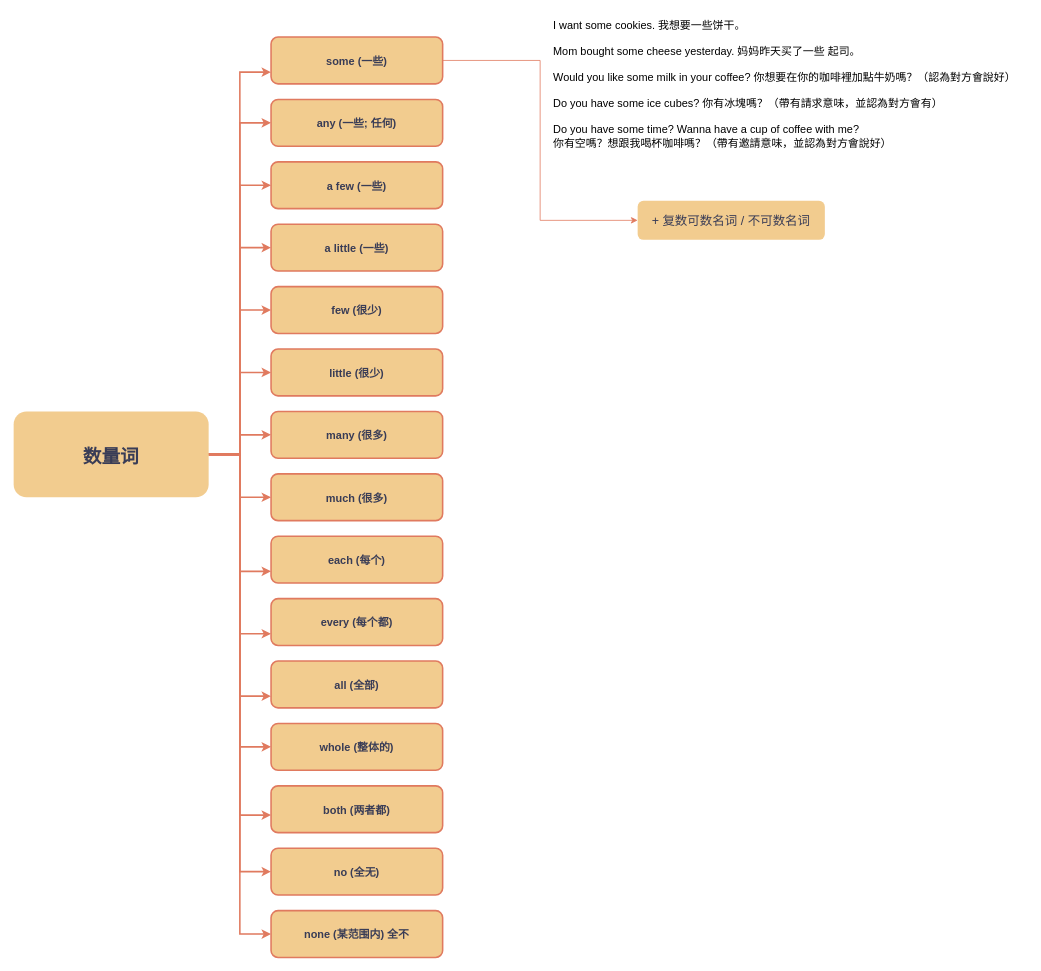
Above: 英语语法/数量词.drawio in W1033/English-Notes (draw.io), before the change. Source tidied: cells renumbered, new cells numbered last; positions are measured from the earlier drawing's top-left corner, leaving out a move shared by most shapes. Both pictures are drawn from the tidied source at 78%, with x=0, y=0 at pixel (13, 13).
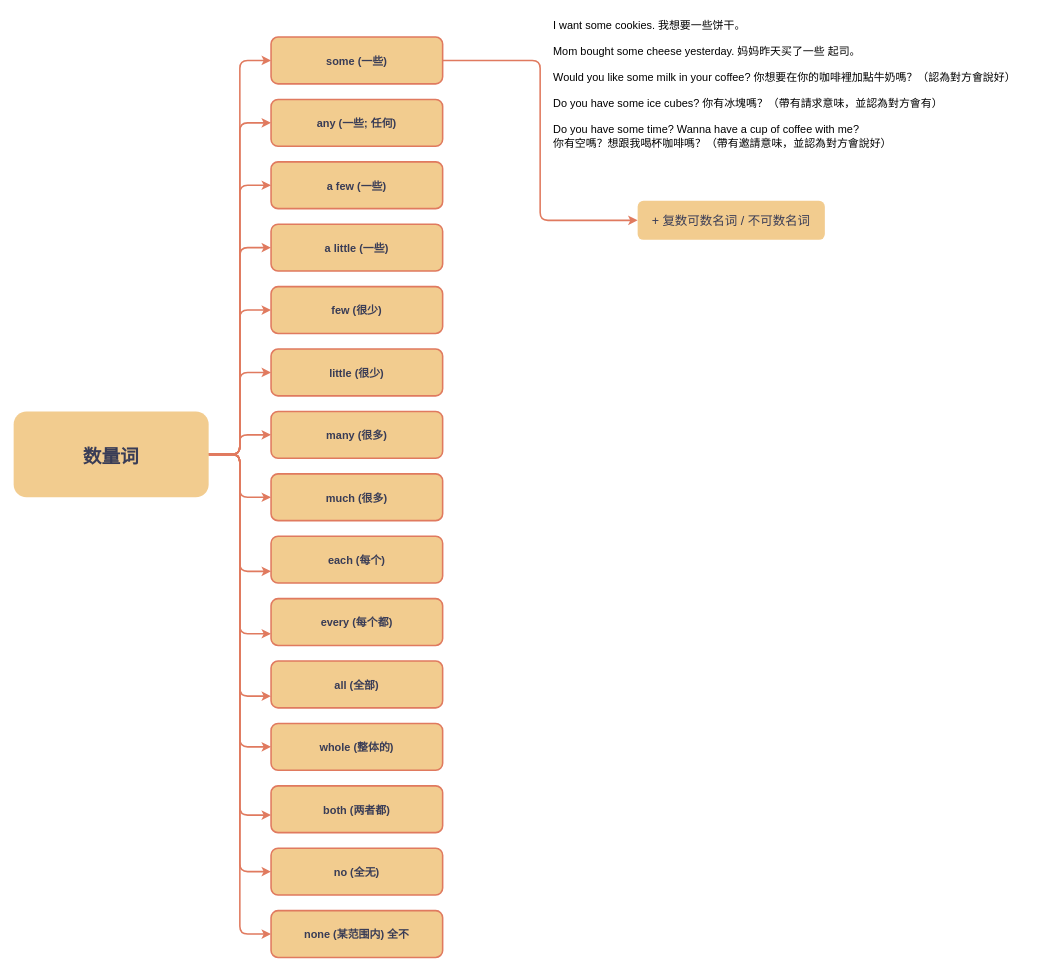
The same page after the edit.

Unchanged cells that the change refers to:
```xml
<mxCell id="17" value="数量词" style="fillColor=#F2CC8F;strokeColor=none;shadow=0;fontStyle=1;fontColor=#393C56;fontSize=24;rounded=1;strokeWidth=2;sketch=0;" parent="1" vertex="1">
  <mxGeometry y="510" width="250" height="110" as="geometry" />
</mxCell>
<mxCell id="19" value="some (一些)" style="fillColor=#F2CC8F;strokeColor=#E07A5F;shadow=0;fontStyle=1;fontColor=#393C56;fontSize=14;rounded=1;strokeWidth=2;sketch=0;" parent="1" vertex="1">
  <mxGeometry x="330" y="30" width="220" height="60" as="geometry" />
</mxCell>
<mxCell id="20" value="a little (一些)" style="fillColor=#F2CC8F;strokeColor=#E07A5F;shadow=0;fontStyle=1;fontColor=#393C56;fontSize=14;rounded=1;strokeWidth=2;sketch=0;" parent="1" vertex="1">
  <mxGeometry x="330" y="270" width="220" height="60" as="geometry" />
</mxCell>
<mxCell id="21" value="any (一些; 任何)" style="fillColor=#F2CC8F;strokeColor=#E07A5F;shadow=0;fontStyle=1;fontColor=#393C56;fontSize=14;rounded=1;strokeWidth=2;sketch=0;" parent="1" vertex="1">
  <mxGeometry x="330" y="110" width="220" height="60" as="geometry" />
</mxCell>
<mxCell id="22" value="a few (一些)" style="fillColor=#F2CC8F;strokeColor=#E07A5F;shadow=0;fontStyle=1;fontColor=#393C56;fontSize=14;rounded=1;strokeWidth=2;sketch=0;" parent="1" vertex="1">
  <mxGeometry x="330" y="190" width="220" height="60" as="geometry" />
</mxCell>
<mxCell id="23" value="few (很少)" style="fillColor=#F2CC8F;strokeColor=#E07A5F;shadow=0;fontStyle=1;fontColor=#393C56;fontSize=14;rounded=1;strokeWidth=2;sketch=0;" parent="1" vertex="1">
  <mxGeometry x="330" y="350" width="220" height="60" as="geometry" />
</mxCell>
<mxCell id="24" value="little (很少)" style="fillColor=#F2CC8F;strokeColor=#E07A5F;shadow=0;fontStyle=1;fontColor=#393C56;fontSize=14;rounded=1;strokeWidth=2;sketch=0;" parent="1" vertex="1">
  <mxGeometry x="330" y="430" width="220" height="60" as="geometry" />
</mxCell>
<mxCell id="25" value="many (很多)" style="fillColor=#F2CC8F;strokeColor=#E07A5F;shadow=0;fontStyle=1;fontColor=#393C56;fontSize=14;rounded=1;strokeWidth=2;sketch=0;" parent="1" vertex="1">
  <mxGeometry x="330" y="510" width="220" height="60" as="geometry" />
</mxCell>
<mxCell id="26" value="much (很多)" style="fillColor=#F2CC8F;strokeColor=#E07A5F;shadow=0;fontStyle=1;fontColor=#393C56;fontSize=14;rounded=1;strokeWidth=2;sketch=0;" parent="1" vertex="1">
  <mxGeometry x="330" y="590" width="220" height="60" as="geometry" />
</mxCell>
<mxCell id="27" value="each (每个)" style="fillColor=#F2CC8F;strokeColor=#E07A5F;shadow=0;fontStyle=1;fontColor=#393C56;fontSize=14;rounded=1;strokeWidth=2;sketch=0;" parent="1" vertex="1">
  <mxGeometry x="330" y="670" width="220" height="60" as="geometry" />
</mxCell>
<mxCell id="28" value="every (每个都)" style="fillColor=#F2CC8F;strokeColor=#E07A5F;shadow=0;fontStyle=1;fontColor=#393C56;fontSize=14;rounded=1;strokeWidth=2;sketch=0;" parent="1" vertex="1">
  <mxGeometry x="330" y="750" width="220" height="60" as="geometry" />
</mxCell>
<mxCell id="29" value="all (全部)" style="fillColor=#F2CC8F;strokeColor=#E07A5F;shadow=0;fontStyle=1;fontColor=#393C56;fontSize=14;rounded=1;strokeWidth=2;sketch=0;" parent="1" vertex="1">
  <mxGeometry x="330" y="830" width="220" height="60" as="geometry" />
</mxCell>
<mxCell id="30" value="whole (整体的)" style="fillColor=#F2CC8F;strokeColor=#E07A5F;shadow=0;fontStyle=1;fontColor=#393C56;fontSize=14;rounded=1;strokeWidth=2;sketch=0;" parent="1" vertex="1">
  <mxGeometry x="330" y="910" width="220" height="60" as="geometry" />
</mxCell>
<mxCell id="31" value="both (两者都)" style="fillColor=#F2CC8F;strokeColor=#E07A5F;shadow=0;fontStyle=1;fontColor=#393C56;fontSize=14;rounded=1;strokeWidth=2;sketch=0;" parent="1" vertex="1">
  <mxGeometry x="330" y="990" width="220" height="60" as="geometry" />
</mxCell>
<mxCell id="32" value="no (全无)" style="fillColor=#F2CC8F;strokeColor=#E07A5F;shadow=0;fontStyle=1;fontColor=#393C56;fontSize=14;rounded=1;strokeWidth=2;sketch=0;" parent="1" vertex="1">
  <mxGeometry x="330" y="1070" width="220" height="60" as="geometry" />
</mxCell>
<mxCell id="33" value="none (某范围内) 全不" style="fillColor=#F2CC8F;strokeColor=#E07A5F;shadow=0;fontStyle=1;fontColor=#393C56;fontSize=14;rounded=1;strokeWidth=2;sketch=0;" parent="1" vertex="1">
  <mxGeometry x="330" y="1150" width="220" height="60" as="geometry" />
</mxCell>
```

The edit, as a diff of the source:
```diff
@@
-    <mxCell id="2" style="edgeStyle=orthogonalEdgeStyle;curved=0;rounded=0;sketch=0;jettySize=auto;html=1;entryX=0;entryY=0.75;entryDx=0;entryDy=0;strokeColor=#E07A5F;fillColor=#F2CC8F;fontColor=#393C56;strokeWidth=2;shadow=0;labelBackgroundColor=#F4F1DE;" parent="1" edge="1" source="17" target="19">
+    <mxCell id="2" style="edgeStyle=orthogonalEdgeStyle;rounded=1;sketch=0;jettySize=auto;html=1;entryX=0;entryY=0.5;entryDx=0;entryDy=0;strokeColor=#E07A5F;fillColor=#F2CC8F;fontColor=#393C56;strokeWidth=2;shadow=0;labelBackgroundColor=#F4F1DE;" parent="1" edge="1" source="17" target="19">
       <mxGeometry relative="1" as="geometry" />
     </mxCell>
-    <mxCell id="3" style="edgeStyle=orthogonalEdgeStyle;curved=0;rounded=0;sketch=0;jettySize=auto;html=1;entryX=0;entryY=0.5;entryDx=0;entryDy=0;strokeColor=#E07A5F;fillColor=#F2CC8F;fontColor=#393C56;strokeWidth=2;shadow=0;labelBackgroundColor=#F4F1DE;" parent="1" edge="1" source="17" target="21">
+    <mxCell id="3" style="edgeStyle=orthogonalEdgeStyle;rounded=1;sketch=0;jettySize=auto;html=1;entryX=0;entryY=0.5;entryDx=0;entryDy=0;strokeColor=#E07A5F;fillColor=#F2CC8F;fontColor=#393C56;strokeWidth=2;shadow=0;labelBackgroundColor=#F4F1DE;" parent="1" edge="1" source="17" target="21">
       <mxGeometry relative="1" as="geometry" />
     </mxCell>
-    <mxCell id="4" style="edgeStyle=orthogonalEdgeStyle;curved=0;rounded=0;sketch=0;jettySize=auto;html=1;entryX=0;entryY=0.5;entryDx=0;entryDy=0;strokeColor=#E07A5F;fillColor=#F2CC8F;fontColor=#393C56;strokeWidth=2;shadow=0;labelBackgroundColor=#F4F1DE;" parent="1" edge="1" source="17" target="22">
+    <mxCell id="4" style="edgeStyle=orthogonalEdgeStyle;rounded=1;sketch=0;jettySize=auto;html=1;entryX=0;entryY=0.5;entryDx=0;entryDy=0;strokeColor=#E07A5F;fillColor=#F2CC8F;fontColor=#393C56;strokeWidth=2;shadow=0;labelBackgroundColor=#F4F1DE;" parent="1" edge="1" source="17" target="22">
       <mxGeometry relative="1" as="geometry" />
     </mxCell>
-    <mxCell id="5" style="edgeStyle=orthogonalEdgeStyle;curved=0;rounded=0;sketch=0;jettySize=auto;html=1;entryX=0;entryY=0.5;entryDx=0;entryDy=0;strokeColor=#E07A5F;fillColor=#F2CC8F;fontColor=#393C56;strokeWidth=2;shadow=0;labelBackgroundColor=#F4F1DE;" parent="1" edge="1" source="17" target="23">
+    <mxCell id="5" style="edgeStyle=orthogonalEdgeStyle;rounded=1;sketch=0;jettySize=auto;html=1;entryX=0;entryY=0.5;entryDx=0;entryDy=0;strokeColor=#E07A5F;fillColor=#F2CC8F;fontColor=#393C56;strokeWidth=2;shadow=0;labelBackgroundColor=#F4F1DE;" parent="1" edge="1" source="17" target="23">
       <mxGeometry relative="1" as="geometry" />
     </mxCell>
-    <mxCell id="6" style="edgeStyle=orthogonalEdgeStyle;curved=0;rounded=0;sketch=0;jettySize=auto;html=1;entryX=0;entryY=0.5;entryDx=0;entryDy=0;strokeColor=#E07A5F;fillColor=#F2CC8F;fontColor=#393C56;strokeWidth=2;shadow=0;labelBackgroundColor=#F4F1DE;" parent="1" edge="1" source="17" target="20">
+    <mxCell id="6" style="edgeStyle=orthogonalEdgeStyle;rounded=1;sketch=0;jettySize=auto;html=1;entryX=0;entryY=0.5;entryDx=0;entryDy=0;strokeColor=#E07A5F;fillColor=#F2CC8F;fontColor=#393C56;strokeWidth=2;shadow=0;labelBackgroundColor=#F4F1DE;" parent="1" edge="1" source="17" target="20">
       <mxGeometry relative="1" as="geometry" />
     </mxCell>
-    <mxCell id="7" style="edgeStyle=orthogonalEdgeStyle;curved=0;rounded=0;sketch=0;jettySize=auto;html=1;entryX=0;entryY=0.5;entryDx=0;entryDy=0;strokeColor=#E07A5F;fillColor=#F2CC8F;fontColor=#393C56;strokeWidth=2;shadow=0;labelBackgroundColor=#F4F1DE;" parent="1" edge="1" source="17" target="25">
+    <mxCell id="7" style="edgeStyle=orthogonalEdgeStyle;rounded=1;sketch=0;jettySize=auto;html=1;entryX=0;entryY=0.5;entryDx=0;entryDy=0;strokeColor=#E07A5F;fillColor=#F2CC8F;fontColor=#393C56;strokeWidth=2;shadow=0;labelBackgroundColor=#F4F1DE;" parent="1" edge="1" source="17" target="25">
       <mxGeometry relative="1" as="geometry" />
     </mxCell>
-    <mxCell id="8" style="edgeStyle=orthogonalEdgeStyle;curved=0;rounded=0;sketch=0;jettySize=auto;html=1;entryX=0;entryY=0.5;entryDx=0;entryDy=0;strokeColor=#E07A5F;fillColor=#F2CC8F;fontColor=#393C56;strokeWidth=2;shadow=0;labelBackgroundColor=#F4F1DE;" parent="1" edge="1" source="17" target="26">
+    <mxCell id="8" style="edgeStyle=orthogonalEdgeStyle;rounded=1;sketch=0;jettySize=auto;html=1;entryX=0;entryY=0.5;entryDx=0;entryDy=0;strokeColor=#E07A5F;fillColor=#F2CC8F;fontColor=#393C56;strokeWidth=2;shadow=0;labelBackgroundColor=#F4F1DE;" parent="1" edge="1" source="17" target="26">
       <mxGeometry relative="1" as="geometry" />
     </mxCell>
-    <mxCell id="9" style="edgeStyle=orthogonalEdgeStyle;curved=0;rounded=0;sketch=0;jettySize=auto;html=1;entryX=0;entryY=0.75;entryDx=0;entryDy=0;strokeColor=#E07A5F;fillColor=#F2CC8F;fontColor=#393C56;strokeWidth=2;shadow=0;labelBackgroundColor=#F4F1DE;" parent="1" edge="1" source="17" target="27">
+    <mxCell id="9" style="edgeStyle=orthogonalEdgeStyle;rounded=1;sketch=0;jettySize=auto;html=1;entryX=0;entryY=0.75;entryDx=0;entryDy=0;strokeColor=#E07A5F;fillColor=#F2CC8F;fontColor=#393C56;strokeWidth=2;shadow=0;labelBackgroundColor=#F4F1DE;" parent="1" edge="1" source="17" target="27">
       <mxGeometry relative="1" as="geometry" />
     </mxCell>
-    <mxCell id="10" style="edgeStyle=orthogonalEdgeStyle;curved=0;rounded=0;sketch=0;jettySize=auto;html=1;entryX=0;entryY=0.75;entryDx=0;entryDy=0;strokeColor=#E07A5F;fillColor=#F2CC8F;fontColor=#393C56;strokeWidth=2;shadow=0;labelBackgroundColor=#F4F1DE;" parent="1" edge="1" source="17" target="28">
+    <mxCell id="10" style="edgeStyle=orthogonalEdgeStyle;rounded=1;sketch=0;jettySize=auto;html=1;entryX=0;entryY=0.75;entryDx=0;entryDy=0;strokeColor=#E07A5F;fillColor=#F2CC8F;fontColor=#393C56;strokeWidth=2;shadow=0;labelBackgroundColor=#F4F1DE;" parent="1" edge="1" source="17" target="28">
       <mxGeometry relative="1" as="geometry" />
     </mxCell>
-    <mxCell id="11" style="edgeStyle=orthogonalEdgeStyle;curved=0;rounded=0;sketch=0;jettySize=auto;html=1;entryX=0;entryY=0.75;entryDx=0;entryDy=0;strokeColor=#E07A5F;fillColor=#F2CC8F;fontColor=#393C56;strokeWidth=2;shadow=0;labelBackgroundColor=#F4F1DE;" parent="1" edge="1" source="17" target="29">
+    <mxCell id="11" style="edgeStyle=orthogonalEdgeStyle;rounded=1;sketch=0;jettySize=auto;html=1;entryX=0;entryY=0.75;entryDx=0;entryDy=0;strokeColor=#E07A5F;fillColor=#F2CC8F;fontColor=#393C56;strokeWidth=2;shadow=0;labelBackgroundColor=#F4F1DE;" parent="1" edge="1" source="17" target="29">
       <mxGeometry relative="1" as="geometry" />
     </mxCell>
-    <mxCell id="12" style="edgeStyle=orthogonalEdgeStyle;curved=0;rounded=0;sketch=0;jettySize=auto;html=1;entryX=0;entryY=0.5;entryDx=0;entryDy=0;strokeColor=#E07A5F;fillColor=#F2CC8F;fontColor=#393C56;strokeWidth=2;shadow=0;labelBackgroundColor=#F4F1DE;" parent="1" edge="1" source="17" target="24">
+    <mxCell id="12" style="edgeStyle=orthogonalEdgeStyle;rounded=1;sketch=0;jettySize=auto;html=1;entryX=0;entryY=0.5;entryDx=0;entryDy=0;strokeColor=#E07A5F;fillColor=#F2CC8F;fontColor=#393C56;strokeWidth=2;shadow=0;labelBackgroundColor=#F4F1DE;" parent="1" edge="1" source="17" target="24">
       <mxGeometry relative="1" as="geometry" />
     </mxCell>
-    <mxCell id="13" style="edgeStyle=orthogonalEdgeStyle;curved=0;rounded=0;sketch=0;jettySize=auto;html=1;entryX=0;entryY=0.5;entryDx=0;entryDy=0;strokeColor=#E07A5F;fillColor=#F2CC8F;fontColor=#393C56;strokeWidth=2;shadow=0;labelBackgroundColor=#F4F1DE;" parent="1" edge="1" source="17" target="30">
+    <mxCell id="13" style="edgeStyle=orthogonalEdgeStyle;rounded=1;sketch=0;jettySize=auto;html=1;entryX=0;entryY=0.5;entryDx=0;entryDy=0;strokeColor=#E07A5F;fillColor=#F2CC8F;fontColor=#393C56;strokeWidth=2;shadow=0;labelBackgroundColor=#F4F1DE;" parent="1" edge="1" source="17" target="30">
       <mxGeometry relative="1" as="geometry" />
     </mxCell>
-    <mxCell id="14" style="edgeStyle=orthogonalEdgeStyle;curved=0;rounded=0;sketch=0;jettySize=auto;html=1;entryX=0;entryY=0.625;entryDx=0;entryDy=0;entryPerimeter=0;strokeColor=#E07A5F;fillColor=#F2CC8F;fontColor=#393C56;strokeWidth=2;shadow=0;labelBackgroundColor=#F4F1DE;" parent="1" edge="1" source="17" target="31">
+    <mxCell id="14" style="edgeStyle=orthogonalEdgeStyle;rounded=1;sketch=0;jettySize=auto;html=1;entryX=0;entryY=0.625;entryDx=0;entryDy=0;entryPerimeter=0;strokeColor=#E07A5F;fillColor=#F2CC8F;fontColor=#393C56;strokeWidth=2;shadow=0;labelBackgroundColor=#F4F1DE;" parent="1" edge="1" source="17" target="31">
       <mxGeometry relative="1" as="geometry" />
     </mxCell>
-    <mxCell id="15" style="edgeStyle=orthogonalEdgeStyle;curved=0;rounded=0;sketch=0;jettySize=auto;html=1;entryX=0;entryY=0.5;entryDx=0;entryDy=0;strokeColor=#E07A5F;fillColor=#F2CC8F;fontColor=#393C56;strokeWidth=2;shadow=0;labelBackgroundColor=#F4F1DE;" parent="1" edge="1" source="17" target="32">
+    <mxCell id="15" style="edgeStyle=orthogonalEdgeStyle;rounded=1;sketch=0;jettySize=auto;html=1;entryX=0;entryY=0.5;entryDx=0;entryDy=0;strokeColor=#E07A5F;fillColor=#F2CC8F;fontColor=#393C56;strokeWidth=2;shadow=0;labelBackgroundColor=#F4F1DE;" parent="1" edge="1" source="17" target="32">
       <mxGeometry relative="1" as="geometry" />
     </mxCell>
-    <mxCell id="16" style="edgeStyle=orthogonalEdgeStyle;curved=0;rounded=0;sketch=0;jettySize=auto;html=1;entryX=0;entryY=0.5;entryDx=0;entryDy=0;shadow=0;strokeColor=#E07A5F;strokeWidth=2;fillColor=#F2CC8F;fontColor=#393C56;labelBackgroundColor=#F4F1DE;" parent="1" edge="1" source="17" target="33">
+    <mxCell id="16" style="edgeStyle=orthogonalEdgeStyle;rounded=1;sketch=0;jettySize=auto;html=1;entryX=0;entryY=0.5;entryDx=0;entryDy=0;shadow=0;strokeColor=#E07A5F;strokeWidth=2;fillColor=#F2CC8F;fontColor=#393C56;labelBackgroundColor=#F4F1DE;" parent="1" edge="1" source="17" target="33">
       <mxGeometry relative="1" as="geometry" />
     </mxCell>
@@
-    <mxCell id="18" style="edgeStyle=orthogonalEdgeStyle;curved=0;rounded=0;sketch=0;jettySize=auto;html=1;entryX=0;entryY=0.5;entryDx=0;entryDy=0;strokeColor=#E07A5F;fillColor=#F2CC8F;fontSize=16;fontColor=#393C56;" parent="1" edge="1" source="19" target="34">
+    <mxCell id="18" style="edgeStyle=orthogonalEdgeStyle;rounded=1;sketch=0;jettySize=auto;html=1;entryX=0;entryY=0.5;entryDx=0;entryDy=0;strokeColor=#E07A5F;fillColor=#F2CC8F;fontSize=16;fontColor=#393C56;strokeWidth=2;shadow=0;" parent="1" edge="1" source="19" target="34">
       <mxGeometry relative="1" as="geometry" />
     </mxCell>
@@
-    <mxCell id="34" value="+ 复数可数名词 / 不可数名词" style="rounded=1;whiteSpace=wrap;html=1;sketch=0;fillColor=#F2CC8F;fontColor=#393C56;strokeColor=none;fontSize=16;" parent="1" vertex="1">
+    <mxCell id="34" value="+ 复数可数名词 / 不可数名词" style="rounded=1;whiteSpace=wrap;html=1;sketch=0;fillColor=#F2CC8F;fontColor=#393C56;strokeColor=none;fontSize=16;strokeWidth=2;shadow=0;" parent="1" vertex="1">
       <mxGeometry x="800" y="240" width="240" height="50" as="geometry" />
     </mxCell>
-    <mxCell id="35" value="I want some cookies. 我想要一些饼干。&lt;br&gt;&lt;br style=&quot;font-size: 14px&quot;&gt;Mom bought some cheese yesterday. 妈妈昨天买了一些 起司。&lt;br&gt;&lt;br&gt;&lt;span style=&quot;text-align: center&quot;&gt;Would you like&amp;nbsp;some milk&amp;nbsp;in your coffee?&amp;nbsp;&lt;/span&gt;&lt;span style=&quot;text-align: center&quot;&gt;你想要在你的咖啡裡加點牛奶嗎？（認為對方會說好）&lt;br&gt;&lt;/span&gt;&lt;br style=&quot;padding: 0px ; margin: 0px ; text-align: center&quot;&gt;&lt;span style=&quot;text-align: center&quot;&gt;Do you have&amp;nbsp;some ice cubes?&amp;nbsp;&lt;/span&gt;&lt;span style=&quot;text-align: center&quot;&gt;你有冰塊嗎？（帶有請求意味，並認為對方會有）&lt;/span&gt;&lt;br style=&quot;padding: 0px ; margin: 0px ; text-align: center&quot;&gt;&lt;span style=&quot;text-align: center&quot;&gt;&lt;br&gt;Do you have&amp;nbsp;some time? Wanna have a cup of coffee with me?&lt;/span&gt;&lt;br style=&quot;padding: 0px ; margin: 0px ; text-align: center&quot;&gt;&lt;span style=&quot;text-align: center&quot;&gt;你有空嗎？想跟我喝杯咖啡嗎？（帶有邀請意味，並認為對方會說好）&lt;/span&gt;" style="text;align=left;verticalAlign=middle;fontSize=14;html=1;spacing=2;spacingBottom=0;spacingTop=0;fontColor=#000000;" parent="1" vertex="1">
+    <mxCell id="35" value="I want some cookies. 我想要一些饼干。&lt;br&gt;&lt;br style=&quot;font-size: 14px&quot;&gt;Mom bought some cheese yesterday. 妈妈昨天买了一些 起司。&lt;br&gt;&lt;br&gt;&lt;span style=&quot;text-align: center&quot;&gt;Would you like&amp;nbsp;some milk&amp;nbsp;in your coffee?&amp;nbsp;&lt;/span&gt;&lt;span style=&quot;text-align: center&quot;&gt;你想要在你的咖啡裡加點牛奶嗎？（認為對方會說好）&lt;br&gt;&lt;/span&gt;&lt;br style=&quot;padding: 0px ; margin: 0px ; text-align: center&quot;&gt;&lt;span style=&quot;text-align: center&quot;&gt;Do you have&amp;nbsp;some ice cubes?&amp;nbsp;&lt;/span&gt;&lt;span style=&quot;text-align: center&quot;&gt;你有冰塊嗎？（帶有請求意味，並認為對方會有）&lt;/span&gt;&lt;br style=&quot;padding: 0px ; margin: 0px ; text-align: center&quot;&gt;&lt;span style=&quot;text-align: center&quot;&gt;&lt;br&gt;Do you have&amp;nbsp;some time? Wanna have a cup of coffee with me?&lt;/span&gt;&lt;br style=&quot;padding: 0px ; margin: 0px ; text-align: center&quot;&gt;&lt;span style=&quot;text-align: center&quot;&gt;你有空嗎？想跟我喝杯咖啡嗎？（帶有邀請意味，並認為對方會說好）&lt;/span&gt;" style="text;align=left;verticalAlign=middle;fontSize=14;html=1;spacing=2;spacingBottom=0;spacingTop=0;fontColor=#000000;strokeWidth=2;shadow=0;" parent="1" vertex="1">
       <mxGeometry x="690" width="610" height="180" as="geometry" />
     </mxCell>
```
